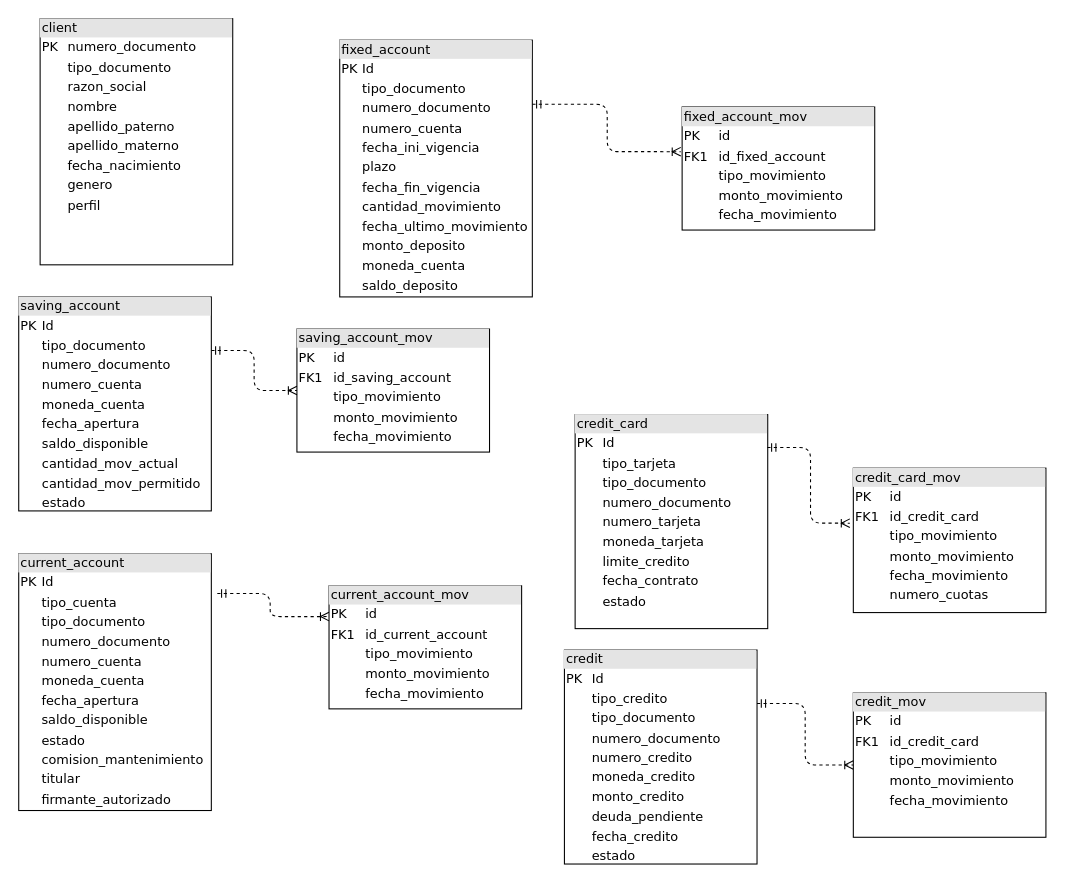
The draw.io diagram analisis/estructura de db.drawio in jedaniel/bootcamp_microservicio, before the edit. Source tidied: cells renumbered, new cells numbered last; positions are measured from the earlier drawing's top-left corner, leaving out a move shared by most shapes. Both pictures are drawn from the tidied source at 107%, with x=0, y=0 at pixel (18, 18).
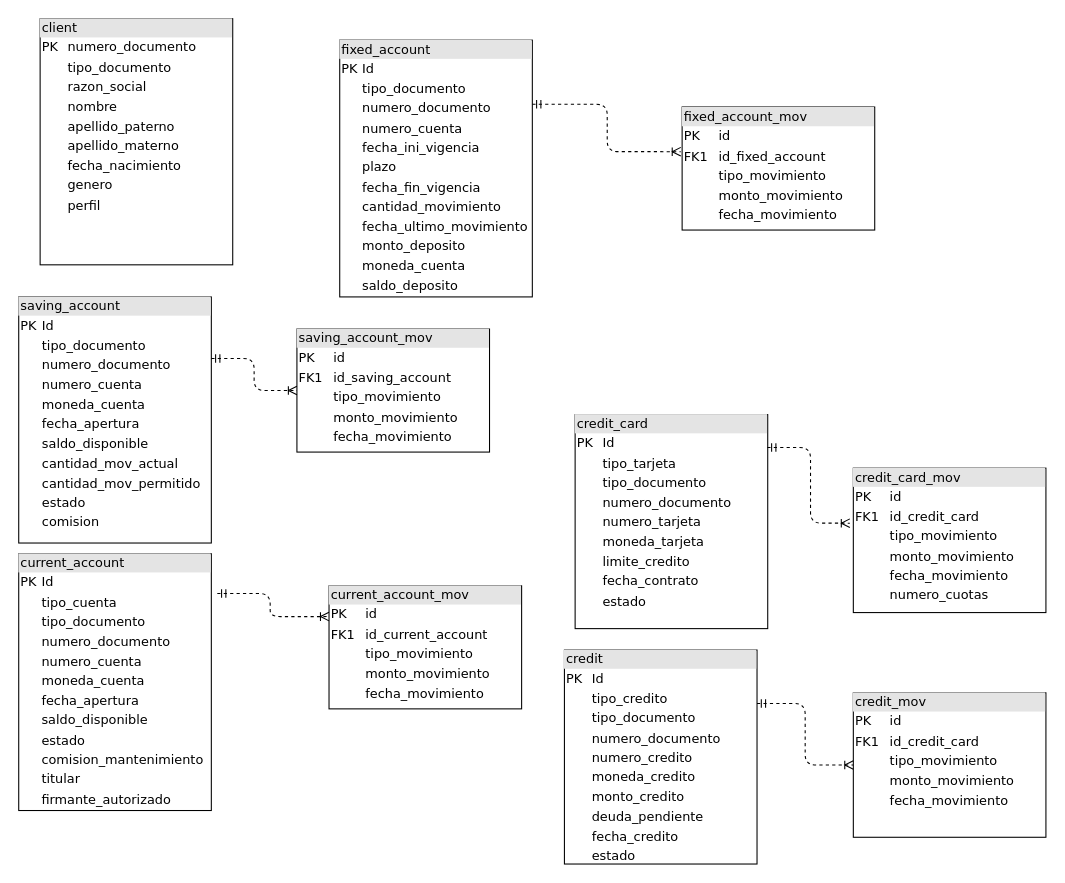
The same page after the edit.

Commit message (it also covers changes not shown here):
Se actualiza estructura de tablas

Diff of the diagram source:
```diff
@@
 <mxGraphModel>
   <root>
     <mxCell id="0" />
     <mxCell id="1" parent="0" />
     <mxCell id="2" value="&lt;div style=&quot;box-sizing:border-box;width:100%;background:#e4e4e4;padding:2px;&quot;&gt;client&lt;/div&gt;&lt;table style=&quot;width:100%;font-size:1em;&quot; cellpadding=&quot;2&quot; cellspacing=&quot;0&quot;&gt;&lt;tbody&gt;&lt;tr&gt;&lt;td&gt;PK&lt;/td&gt;&lt;td&gt;numero_documento&lt;/td&gt;&lt;/tr&gt;&lt;tr&gt;&lt;td&gt;&lt;br&gt;&lt;/td&gt;&lt;td&gt;tipo_documento&lt;br&gt;&lt;/td&gt;&lt;/tr&gt;&lt;tr&gt;&lt;td&gt;&lt;br&gt;&lt;/td&gt;&lt;td&gt;razon_social&lt;/td&gt;&lt;/tr&gt;&lt;tr&gt;&lt;td&gt;&lt;/td&gt;&lt;td&gt;nombre&lt;/td&gt;&lt;/tr&gt;&lt;tr&gt;&lt;td&gt;&lt;br&gt;&lt;/td&gt;&lt;td&gt;apellido_paterno&lt;/td&gt;&lt;/tr&gt;&lt;tr&gt;&lt;td&gt;&lt;br&gt;&lt;/td&gt;&lt;td&gt;apellido_materno&lt;/td&gt;&lt;/tr&gt;&lt;tr&gt;&lt;td&gt;&lt;br&gt;&lt;/td&gt;&lt;td&gt;fecha_nacimiento&lt;/td&gt;&lt;/tr&gt;&lt;tr&gt;&lt;td&gt;&lt;br&gt;&lt;/td&gt;&lt;td&gt;genero&lt;/td&gt;&lt;/tr&gt;&lt;tr&gt;&lt;td&gt;&lt;br&gt;&lt;/td&gt;&lt;td&gt;perfil&lt;/td&gt;&lt;/tr&gt;&lt;tr&gt;&lt;td&gt;&lt;br&gt;&lt;/td&gt;&lt;td&gt;&lt;br&gt;&lt;/td&gt;&lt;/tr&gt;&lt;/tbody&gt;&lt;/table&gt;" style="verticalAlign=top;align=left;overflow=fill;html=1;rounded=0;shadow=0;comic=0;labelBackgroundColor=none;strokeWidth=1;fontFamily=Verdana;fontSize=12;" parent="1" vertex="1">
       <mxGeometry x="20" width="180" height="230" as="geometry" />
     </mxCell>
     <mxCell id="3" value="&lt;div style=&quot;box-sizing:border-box;width:100%;background:#e4e4e4;padding:2px;&quot;&gt;fixed_account&lt;/div&gt;&lt;table style=&quot;width:100%;font-size:1em;&quot; cellpadding=&quot;2&quot; cellspacing=&quot;0&quot;&gt;&lt;tbody&gt;&lt;tr&gt;&lt;td&gt;PK&lt;/td&gt;&lt;td&gt;Id&lt;/td&gt;&lt;/tr&gt;&lt;tr&gt;&lt;td&gt;&lt;br&gt;&lt;/td&gt;&lt;td&gt;tipo_documento&lt;/td&gt;&lt;/tr&gt;&lt;tr&gt;&lt;td&gt;&lt;/td&gt;&lt;td&gt;numero_documento&lt;br&gt;&lt;/td&gt;&lt;/tr&gt;&lt;tr&gt;&lt;td&gt;&lt;br&gt;&lt;/td&gt;&lt;td&gt;numero_cuenta&lt;br&gt;&lt;/td&gt;&lt;/tr&gt;&lt;tr&gt;&lt;td&gt;&lt;br&gt;&lt;/td&gt;&lt;td&gt;fecha_ini_vigencia&lt;/td&gt;&lt;/tr&gt;&lt;tr&gt;&lt;td&gt;&lt;br&gt;&lt;/td&gt;&lt;td&gt;plazo&lt;/td&gt;&lt;/tr&gt;&lt;tr&gt;&lt;td&gt;&lt;br&gt;&lt;/td&gt;&lt;td&gt;fecha_fin_vigencia&lt;/td&gt;&lt;/tr&gt;&lt;tr&gt;&lt;td&gt;&lt;br&gt;&lt;/td&gt;&lt;td&gt;cantidad_movimiento&lt;/td&gt;&lt;/tr&gt;&lt;tr&gt;&lt;td&gt;&lt;br&gt;&lt;/td&gt;&lt;td&gt;fecha_ultimo_movimiento&lt;/td&gt;&lt;/tr&gt;&lt;tr&gt;&lt;td&gt;&lt;br&gt;&lt;/td&gt;&lt;td&gt;monto_deposito&lt;/td&gt;&lt;/tr&gt;&lt;tr&gt;&lt;td&gt;&lt;br&gt;&lt;/td&gt;&lt;td&gt;moneda_cuenta&lt;/td&gt;&lt;/tr&gt;&lt;tr&gt;&lt;td&gt;&lt;br&gt;&lt;/td&gt;&lt;td&gt;saldo_deposito&lt;/td&gt;&lt;/tr&gt;&lt;/tbody&gt;&lt;/table&gt;" style="verticalAlign=top;align=left;overflow=fill;html=1;rounded=0;shadow=0;comic=0;labelBackgroundColor=none;strokeWidth=1;fontFamily=Verdana;fontSize=12;" parent="1" vertex="1">
       <mxGeometry x="300" y="20" width="180" height="240" as="geometry" />
     </mxCell>
     <mxCell id="4" value="&lt;div style=&quot;box-sizing:border-box;width:100%;background:#e4e4e4;padding:2px;&quot;&gt;fixed_account_mov&lt;/div&gt;&lt;table style=&quot;width:100%;font-size:1em;&quot; cellpadding=&quot;2&quot; cellspacing=&quot;0&quot;&gt;&lt;tbody&gt;&lt;tr&gt;&lt;td&gt;PK&lt;/td&gt;&lt;td&gt;id&lt;/td&gt;&lt;/tr&gt;&lt;tr&gt;&lt;td&gt;FK1&lt;/td&gt;&lt;td&gt;id_fixed_account&lt;/td&gt;&lt;/tr&gt;&lt;tr&gt;&lt;td&gt;&lt;/td&gt;&lt;td&gt;tipo_movimiento&lt;/td&gt;&lt;/tr&gt;&lt;tr&gt;&lt;td&gt;&lt;br&gt;&lt;/td&gt;&lt;td&gt;monto_movimiento&lt;/td&gt;&lt;/tr&gt;&lt;tr&gt;&lt;td&gt;&lt;br&gt;&lt;/td&gt;&lt;td&gt;fecha_movimiento&lt;/td&gt;&lt;/tr&gt;&lt;/tbody&gt;&lt;/table&gt;" style="verticalAlign=top;align=left;overflow=fill;html=1;rounded=0;shadow=0;comic=0;labelBackgroundColor=none;strokeWidth=1;fontFamily=Verdana;fontSize=12;" parent="1" vertex="1">
       <mxGeometry x="620" y="82.5" width="180" height="115" as="geometry" />
     </mxCell>
     <mxCell id="5" style="edgeStyle=orthogonalEdgeStyle;html=1;dashed=1;labelBackgroundColor=none;startArrow=ERmandOne;endArrow=ERoneToMany;fontFamily=Verdana;fontSize=12;align=left;exitX=1;exitY=0.25;exitDx=0;exitDy=0;entryX=-0.007;entryY=0.363;entryDx=0;entryDy=0;entryPerimeter=0;" parent="1" edge="1" source="3" target="4">
       <mxGeometry relative="1" as="geometry" />
     </mxCell>
-    <mxCell id="6" value="&lt;div style=&quot;box-sizing:border-box;width:100%;background:#e4e4e4;padding:2px;&quot;&gt;saving_account&lt;/div&gt;&lt;table style=&quot;width:100%;font-size:1em;&quot; cellpadding=&quot;2&quot; cellspacing=&quot;0&quot;&gt;&lt;tbody&gt;&lt;tr&gt;&lt;td&gt;PK&lt;/td&gt;&lt;td&gt;Id&lt;/td&gt;&lt;/tr&gt;&lt;tr&gt;&lt;td&gt;&lt;br&gt;&lt;/td&gt;&lt;td&gt;tipo_documento&lt;/td&gt;&lt;/tr&gt;&lt;tr&gt;&lt;td&gt;&lt;/td&gt;&lt;td&gt;numero_documento&lt;br&gt;&lt;/td&gt;&lt;/tr&gt;&lt;tr&gt;&lt;td&gt;&lt;br&gt;&lt;/td&gt;&lt;td&gt;numero_cuenta&lt;br&gt;&lt;/td&gt;&lt;/tr&gt;&lt;tr&gt;&lt;td&gt;&lt;br&gt;&lt;/td&gt;&lt;td&gt;moneda_cuenta&lt;/td&gt;&lt;/tr&gt;&lt;tr&gt;&lt;td&gt;&lt;br&gt;&lt;/td&gt;&lt;td&gt;fecha_apertura&lt;/td&gt;&lt;/tr&gt;&lt;tr&gt;&lt;td&gt;&lt;br&gt;&lt;/td&gt;&lt;td&gt;saldo_disponible&lt;/td&gt;&lt;/tr&gt;&lt;tr&gt;&lt;td&gt;&lt;br&gt;&lt;/td&gt;&lt;td&gt;cantidad_mov_actual&lt;/td&gt;&lt;/tr&gt;&lt;tr&gt;&lt;td&gt;&lt;br&gt;&lt;/td&gt;&lt;td&gt;cantidad_mov_permitido&lt;/td&gt;&lt;/tr&gt;&lt;tr&gt;&lt;td&gt;&lt;br&gt;&lt;/td&gt;&lt;td&gt;estado&lt;/td&gt;&lt;/tr&gt;&lt;/tbody&gt;&lt;/table&gt;" style="verticalAlign=top;align=left;overflow=fill;html=1;rounded=0;shadow=0;comic=0;labelBackgroundColor=none;strokeWidth=1;fontFamily=Verdana;fontSize=12;" parent="1" vertex="1">
-      <mxGeometry y="260" width="180" height="200" as="geometry" />
+    <mxCell id="6" value="&lt;div style=&quot;box-sizing:border-box;width:100%;background:#e4e4e4;padding:2px;&quot;&gt;saving_account&lt;/div&gt;&lt;table style=&quot;width:100%;font-size:1em;&quot; cellpadding=&quot;2&quot; cellspacing=&quot;0&quot;&gt;&lt;tbody&gt;&lt;tr&gt;&lt;td&gt;PK&lt;/td&gt;&lt;td&gt;Id&lt;/td&gt;&lt;/tr&gt;&lt;tr&gt;&lt;td&gt;&lt;br&gt;&lt;/td&gt;&lt;td&gt;tipo_documento&lt;/td&gt;&lt;/tr&gt;&lt;tr&gt;&lt;td&gt;&lt;/td&gt;&lt;td&gt;numero_documento&lt;br&gt;&lt;/td&gt;&lt;/tr&gt;&lt;tr&gt;&lt;td&gt;&lt;br&gt;&lt;/td&gt;&lt;td&gt;numero_cuenta&lt;br&gt;&lt;/td&gt;&lt;/tr&gt;&lt;tr&gt;&lt;td&gt;&lt;br&gt;&lt;/td&gt;&lt;td&gt;moneda_cuenta&lt;/td&gt;&lt;/tr&gt;&lt;tr&gt;&lt;td&gt;&lt;br&gt;&lt;/td&gt;&lt;td&gt;fecha_apertura&lt;/td&gt;&lt;/tr&gt;&lt;tr&gt;&lt;td&gt;&lt;br&gt;&lt;/td&gt;&lt;td&gt;saldo_disponible&lt;/td&gt;&lt;/tr&gt;&lt;tr&gt;&lt;td&gt;&lt;br&gt;&lt;/td&gt;&lt;td&gt;cantidad_mov_actual&lt;/td&gt;&lt;/tr&gt;&lt;tr&gt;&lt;td&gt;&lt;br&gt;&lt;/td&gt;&lt;td&gt;cantidad_mov_permitido&lt;/td&gt;&lt;/tr&gt;&lt;tr&gt;&lt;td&gt;&lt;br&gt;&lt;/td&gt;&lt;td&gt;estado&lt;/td&gt;&lt;/tr&gt;&lt;tr&gt;&lt;td&gt;&lt;br&gt;&lt;/td&gt;&lt;td&gt;comision&lt;/td&gt;&lt;/tr&gt;&lt;/tbody&gt;&lt;/table&gt;" style="verticalAlign=top;align=left;overflow=fill;html=1;rounded=0;shadow=0;comic=0;labelBackgroundColor=none;strokeWidth=1;fontFamily=Verdana;fontSize=12;" parent="1" vertex="1">
+      <mxGeometry y="260" width="180" height="230" as="geometry" />
     </mxCell>
     <mxCell id="7" value="&lt;div style=&quot;box-sizing:border-box;width:100%;background:#e4e4e4;padding:2px;&quot;&gt;saving_account_mov&lt;/div&gt;&lt;table style=&quot;width:100%;font-size:1em;&quot; cellpadding=&quot;2&quot; cellspacing=&quot;0&quot;&gt;&lt;tbody&gt;&lt;tr&gt;&lt;td&gt;PK&lt;/td&gt;&lt;td&gt;id&lt;/td&gt;&lt;/tr&gt;&lt;tr&gt;&lt;td&gt;FK1&lt;/td&gt;&lt;td&gt;id_saving_account&lt;/td&gt;&lt;/tr&gt;&lt;tr&gt;&lt;td&gt;&lt;/td&gt;&lt;td&gt;tipo_movimiento&lt;/td&gt;&lt;/tr&gt;&lt;tr&gt;&lt;td&gt;&lt;br&gt;&lt;/td&gt;&lt;td&gt;monto_movimiento&lt;/td&gt;&lt;/tr&gt;&lt;tr&gt;&lt;td&gt;&lt;br&gt;&lt;/td&gt;&lt;td&gt;fecha_movimiento&lt;/td&gt;&lt;/tr&gt;&lt;/tbody&gt;&lt;/table&gt;" style="verticalAlign=top;align=left;overflow=fill;html=1;rounded=0;shadow=0;comic=0;labelBackgroundColor=none;strokeWidth=1;fontFamily=Verdana;fontSize=12;" parent="1" vertex="1">
       <mxGeometry x="260" y="290" width="180" height="115" as="geometry" />
     </mxCell>
     <mxCell id="8" style="edgeStyle=orthogonalEdgeStyle;html=1;dashed=1;labelBackgroundColor=none;startArrow=ERmandOne;endArrow=ERoneToMany;fontFamily=Verdana;fontSize=12;align=left;exitX=1;exitY=0.25;exitDx=0;exitDy=0;entryX=0;entryY=0.5;entryDx=0;entryDy=0;" parent="1" edge="1" source="6" target="7">
       <mxGeometry relative="1" as="geometry" />
     </mxCell>
     <mxCell id="9" value="&lt;div style=&quot;box-sizing:border-box;width:100%;background:#e4e4e4;padding:2px;&quot;&gt;current_account&lt;/div&gt;&lt;table style=&quot;width:100%;font-size:1em;&quot; cellpadding=&quot;2&quot; cellspacing=&quot;0&quot;&gt;&lt;tbody&gt;&lt;tr&gt;&lt;td&gt;PK&lt;/td&gt;&lt;td&gt;Id&lt;/td&gt;&lt;/tr&gt;&lt;tr&gt;&lt;td&gt;&lt;br&gt;&lt;/td&gt;&lt;td&gt;tipo_cuenta&lt;/td&gt;&lt;/tr&gt;&lt;tr&gt;&lt;td&gt;&lt;br&gt;&lt;/td&gt;&lt;td&gt;tipo_documento&lt;/td&gt;&lt;/tr&gt;&lt;tr&gt;&lt;td&gt;&lt;/td&gt;&lt;td&gt;numero_documento&lt;br&gt;&lt;/td&gt;&lt;/tr&gt;&lt;tr&gt;&lt;td&gt;&lt;br&gt;&lt;/td&gt;&lt;td&gt;numero_cuenta&lt;br&gt;&lt;/td&gt;&lt;/tr&gt;&lt;tr&gt;&lt;td&gt;&lt;br&gt;&lt;/td&gt;&lt;td&gt;moneda_cuenta&lt;/td&gt;&lt;/tr&gt;&lt;tr&gt;&lt;td&gt;&lt;br&gt;&lt;/td&gt;&lt;td&gt;fecha_apertura&lt;/td&gt;&lt;/tr&gt;&lt;tr&gt;&lt;td&gt;&lt;br&gt;&lt;/td&gt;&lt;td&gt;saldo_disponible&lt;/td&gt;&lt;/tr&gt;&lt;tr&gt;&lt;td&gt;&lt;br&gt;&lt;/td&gt;&lt;td&gt;estado&lt;/td&gt;&lt;/tr&gt;&lt;tr&gt;&lt;td&gt;&lt;br&gt;&lt;/td&gt;&lt;td&gt;comision_mantenimiento&lt;/td&gt;&lt;/tr&gt;&lt;tr&gt;&lt;td&gt;&lt;br&gt;&lt;/td&gt;&lt;td&gt;titular&lt;/td&gt;&lt;/tr&gt;&lt;tr&gt;&lt;td&gt;&lt;br&gt;&lt;/td&gt;&lt;td&gt;firmante_autorizado&lt;/td&gt;&lt;/tr&gt;&lt;/tbody&gt;&lt;/table&gt;" style="verticalAlign=top;align=left;overflow=fill;html=1;rounded=0;shadow=0;comic=0;labelBackgroundColor=none;strokeWidth=1;fontFamily=Verdana;fontSize=12;" parent="1" vertex="1">
       <mxGeometry y="500" width="180" height="240" as="geometry" />
     </mxCell>
     <mxCell id="10" value="&lt;div style=&quot;box-sizing:border-box;width:100%;background:#e4e4e4;padding:2px;&quot;&gt;current_account_mov&lt;/div&gt;&lt;table style=&quot;width:100%;font-size:1em;&quot; cellpadding=&quot;2&quot; cellspacing=&quot;0&quot;&gt;&lt;tbody&gt;&lt;tr&gt;&lt;td&gt;PK&lt;/td&gt;&lt;td&gt;id&lt;/td&gt;&lt;/tr&gt;&lt;tr&gt;&lt;td&gt;FK1&lt;/td&gt;&lt;td&gt;id_current_account&lt;/td&gt;&lt;/tr&gt;&lt;tr&gt;&lt;td&gt;&lt;/td&gt;&lt;td&gt;tipo_movimiento&lt;/td&gt;&lt;/tr&gt;&lt;tr&gt;&lt;td&gt;&lt;br&gt;&lt;/td&gt;&lt;td&gt;monto_movimiento&lt;/td&gt;&lt;/tr&gt;&lt;tr&gt;&lt;td&gt;&lt;br&gt;&lt;/td&gt;&lt;td&gt;fecha_movimiento&lt;/td&gt;&lt;/tr&gt;&lt;/tbody&gt;&lt;/table&gt;" style="verticalAlign=top;align=left;overflow=fill;html=1;rounded=0;shadow=0;comic=0;labelBackgroundColor=none;strokeWidth=1;fontFamily=Verdana;fontSize=12;" parent="1" vertex="1">
       <mxGeometry x="290" y="530" width="180" height="115" as="geometry" />
     </mxCell>
     <mxCell id="11" style="edgeStyle=orthogonalEdgeStyle;html=1;dashed=1;labelBackgroundColor=none;startArrow=ERmandOne;endArrow=ERoneToMany;fontFamily=Verdana;fontSize=12;align=left;exitX=1.031;exitY=0.155;exitDx=0;exitDy=0;entryX=0;entryY=0.25;entryDx=0;entryDy=0;exitPerimeter=0;" parent="1" edge="1" source="9" target="10">
       <mxGeometry relative="1" as="geometry" />
     </mxCell>
     <mxCell id="12" value="&lt;div style=&quot;box-sizing:border-box;width:100%;background:#e4e4e4;padding:2px;&quot;&gt;credit_card&lt;/div&gt;&lt;table style=&quot;width:100%;font-size:1em;&quot; cellpadding=&quot;2&quot; cellspacing=&quot;0&quot;&gt;&lt;tbody&gt;&lt;tr&gt;&lt;td&gt;PK&lt;/td&gt;&lt;td&gt;Id&lt;/td&gt;&lt;/tr&gt;&lt;tr&gt;&lt;td&gt;&lt;br&gt;&lt;/td&gt;&lt;td&gt;tipo_tarjeta&lt;/td&gt;&lt;/tr&gt;&lt;tr&gt;&lt;td&gt;&lt;br&gt;&lt;/td&gt;&lt;td&gt;tipo_documento&lt;/td&gt;&lt;/tr&gt;&lt;tr&gt;&lt;td&gt;&lt;/td&gt;&lt;td&gt;numero_documento&lt;br&gt;&lt;/td&gt;&lt;/tr&gt;&lt;tr&gt;&lt;td&gt;&lt;br&gt;&lt;/td&gt;&lt;td&gt;numero_tarjeta&lt;/td&gt;&lt;/tr&gt;&lt;tr&gt;&lt;td&gt;&lt;br&gt;&lt;/td&gt;&lt;td&gt;moneda_tarjeta&lt;/td&gt;&lt;/tr&gt;&lt;tr&gt;&lt;td&gt;&lt;br&gt;&lt;/td&gt;&lt;td&gt;limite_credito&lt;/td&gt;&lt;/tr&gt;&lt;tr&gt;&lt;td&gt;&lt;br&gt;&lt;/td&gt;&lt;td&gt;fecha_contrato&lt;/td&gt;&lt;/tr&gt;&lt;tr&gt;&lt;td&gt;&lt;br&gt;&lt;/td&gt;&lt;td&gt;estado&lt;/td&gt;&lt;/tr&gt;&lt;/tbody&gt;&lt;/table&gt;" style="verticalAlign=top;align=left;overflow=fill;html=1;rounded=0;shadow=0;comic=0;labelBackgroundColor=none;strokeWidth=1;fontFamily=Verdana;fontSize=12;" parent="1" vertex="1">
       <mxGeometry x="520" y="370" width="180" height="200" as="geometry" />
     </mxCell>
     <mxCell id="13" value="&lt;div style=&quot;box-sizing:border-box;width:100%;background:#e4e4e4;padding:2px;&quot;&gt;credit_card_mov&lt;/div&gt;&lt;table style=&quot;width:100%;font-size:1em;&quot; cellpadding=&quot;2&quot; cellspacing=&quot;0&quot;&gt;&lt;tbody&gt;&lt;tr&gt;&lt;td&gt;PK&lt;/td&gt;&lt;td&gt;id&lt;/td&gt;&lt;/tr&gt;&lt;tr&gt;&lt;td&gt;FK1&lt;/td&gt;&lt;td&gt;id_credit_card&lt;/td&gt;&lt;/tr&gt;&lt;tr&gt;&lt;td&gt;&lt;/td&gt;&lt;td&gt;tipo_movimiento&lt;/td&gt;&lt;/tr&gt;&lt;tr&gt;&lt;td&gt;&lt;br&gt;&lt;/td&gt;&lt;td&gt;monto_movimiento&lt;/td&gt;&lt;/tr&gt;&lt;tr&gt;&lt;td&gt;&lt;br&gt;&lt;/td&gt;&lt;td&gt;fecha_movimiento&lt;br&gt;&lt;/td&gt;&lt;/tr&gt;&lt;tr&gt;&lt;td&gt;&lt;br&gt;&lt;/td&gt;&lt;td&gt;numero_cuotas&lt;/td&gt;&lt;/tr&gt;&lt;tr&gt;&lt;td&gt;&lt;br&gt;&lt;/td&gt;&lt;td&gt;&lt;br&gt;&lt;/td&gt;&lt;/tr&gt;&lt;/tbody&gt;&lt;/table&gt;" style="verticalAlign=top;align=left;overflow=fill;html=1;rounded=0;shadow=0;comic=0;labelBackgroundColor=none;strokeWidth=1;fontFamily=Verdana;fontSize=12;" parent="1" vertex="1">
       <mxGeometry x="780" y="420" width="180" height="135" as="geometry" />
     </mxCell>
     <mxCell id="14" style="edgeStyle=orthogonalEdgeStyle;html=1;dashed=1;labelBackgroundColor=none;startArrow=ERmandOne;endArrow=ERoneToMany;fontFamily=Verdana;fontSize=12;align=left;exitX=0.998;exitY=0.154;exitDx=0;exitDy=0;exitPerimeter=0;entryX=-0.018;entryY=0.381;entryDx=0;entryDy=0;entryPerimeter=0;" parent="1" edge="1" source="12" target="13">
       <mxGeometry relative="1" as="geometry" />
     </mxCell>
     <mxCell id="15" value="&lt;div style=&quot;box-sizing:border-box;width:100%;background:#e4e4e4;padding:2px;&quot;&gt;credit&lt;/div&gt;&lt;table style=&quot;width:100%;font-size:1em;&quot; cellpadding=&quot;2&quot; cellspacing=&quot;0&quot;&gt;&lt;tbody&gt;&lt;tr&gt;&lt;td&gt;PK&lt;/td&gt;&lt;td&gt;Id&lt;/td&gt;&lt;/tr&gt;&lt;tr&gt;&lt;td&gt;&lt;br&gt;&lt;/td&gt;&lt;td&gt;tipo_credito&lt;/td&gt;&lt;/tr&gt;&lt;tr&gt;&lt;td&gt;&lt;br&gt;&lt;/td&gt;&lt;td&gt;tipo_documento&lt;/td&gt;&lt;/tr&gt;&lt;tr&gt;&lt;td&gt;&lt;/td&gt;&lt;td&gt;numero_documento&lt;br&gt;&lt;/td&gt;&lt;/tr&gt;&lt;tr&gt;&lt;td&gt;&lt;br&gt;&lt;/td&gt;&lt;td&gt;numero_credito&lt;/td&gt;&lt;/tr&gt;&lt;tr&gt;&lt;td&gt;&lt;br&gt;&lt;/td&gt;&lt;td&gt;moneda_credito&lt;/td&gt;&lt;/tr&gt;&lt;tr&gt;&lt;td&gt;&lt;br&gt;&lt;/td&gt;&lt;td&gt;monto_credito&lt;/td&gt;&lt;/tr&gt;&lt;tr&gt;&lt;td&gt;&lt;br&gt;&lt;/td&gt;&lt;td&gt;deuda_pendiente&lt;/td&gt;&lt;/tr&gt;&lt;tr&gt;&lt;td&gt;&lt;br&gt;&lt;/td&gt;&lt;td&gt;fecha_credito&lt;/td&gt;&lt;/tr&gt;&lt;tr&gt;&lt;td&gt;&lt;br&gt;&lt;/td&gt;&lt;td&gt;estado&lt;/td&gt;&lt;/tr&gt;&lt;/tbody&gt;&lt;/table&gt;" style="verticalAlign=top;align=left;overflow=fill;html=1;rounded=0;shadow=0;comic=0;labelBackgroundColor=none;strokeWidth=1;fontFamily=Verdana;fontSize=12;" parent="1" vertex="1">
       <mxGeometry x="510" y="590" width="180" height="200" as="geometry" />
     </mxCell>
     <mxCell id="16" value="&lt;div style=&quot;box-sizing:border-box;width:100%;background:#e4e4e4;padding:2px;&quot;&gt;credit_mov&lt;/div&gt;&lt;table style=&quot;width:100%;font-size:1em;&quot; cellpadding=&quot;2&quot; cellspacing=&quot;0&quot;&gt;&lt;tbody&gt;&lt;tr&gt;&lt;td&gt;PK&lt;/td&gt;&lt;td&gt;id&lt;/td&gt;&lt;/tr&gt;&lt;tr&gt;&lt;td&gt;FK1&lt;/td&gt;&lt;td&gt;id_credit_card&lt;/td&gt;&lt;/tr&gt;&lt;tr&gt;&lt;td&gt;&lt;/td&gt;&lt;td&gt;tipo_movimiento&lt;/td&gt;&lt;/tr&gt;&lt;tr&gt;&lt;td&gt;&lt;br&gt;&lt;/td&gt;&lt;td&gt;monto_movimiento&lt;/td&gt;&lt;/tr&gt;&lt;tr&gt;&lt;td&gt;&lt;br&gt;&lt;/td&gt;&lt;td&gt;fecha_movimiento&lt;br&gt;&lt;/td&gt;&lt;/tr&gt;&lt;tr&gt;&lt;td&gt;&lt;br&gt;&lt;/td&gt;&lt;td&gt;&lt;br&gt;&lt;/td&gt;&lt;/tr&gt;&lt;/tbody&gt;&lt;/table&gt;" style="verticalAlign=top;align=left;overflow=fill;html=1;rounded=0;shadow=0;comic=0;labelBackgroundColor=none;strokeWidth=1;fontFamily=Verdana;fontSize=12;" parent="1" vertex="1">
       <mxGeometry x="780" y="630" width="180" height="135" as="geometry" />
     </mxCell>
     <mxCell id="17" style="edgeStyle=orthogonalEdgeStyle;html=1;dashed=1;labelBackgroundColor=none;startArrow=ERmandOne;endArrow=ERoneToMany;fontFamily=Verdana;fontSize=12;align=left;exitX=1;exitY=0.25;exitDx=0;exitDy=0;entryX=0;entryY=0.5;entryDx=0;entryDy=0;" parent="1" edge="1" source="15" target="16">
       <mxGeometry relative="1" as="geometry" />
     </mxCell>
   </root>
 </mxGraphModel>
```
